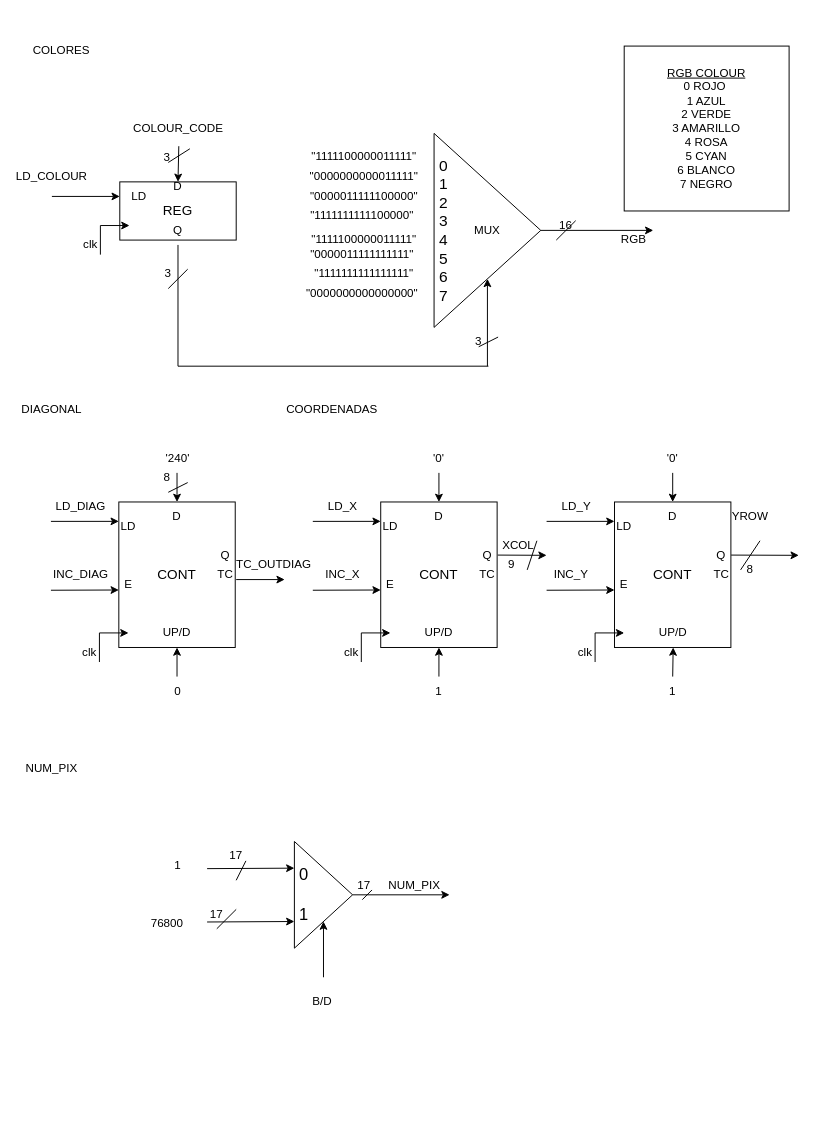
This is Proyecto/Diseños/Lcd_draw_up.drawio from marcosChoucino/SIstemasDigitales, a draw.io file, before an edit. Source tidied: cells renumbered, new cells numbered last; positions are measured from the earlier drawing's top-left corner, leaving out a move shared by most shapes. Both pictures are drawn from the tidied source at 97%, with x=0, y=0 at pixel (22, 36).
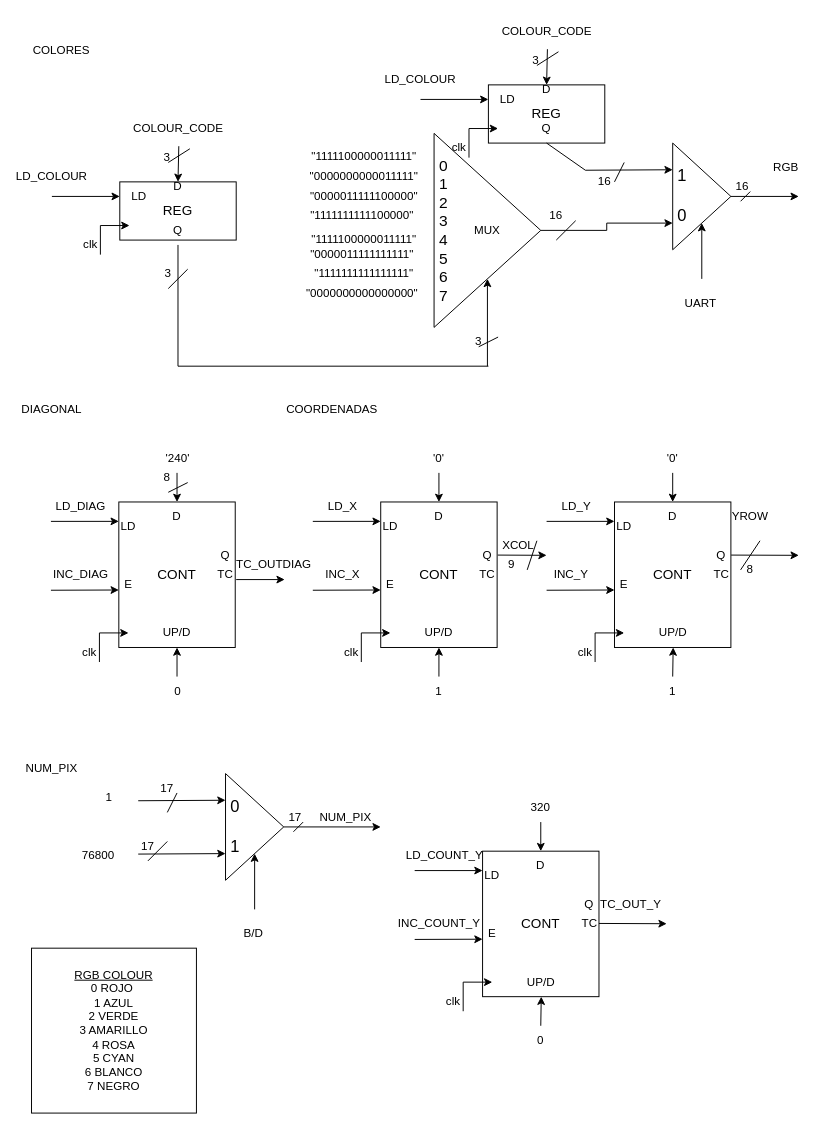
The same diagram, later.

Unchanged cells that the change refers to:
```xml
<mxCell id="3" style="triangle;whiteSpace=wrap;html=1;" parent="1" vertex="1">
  <mxGeometry x="424" y="100" width="110" height="200" as="geometry" />
</mxCell>
```

Change to the diagram source:
```diff
@@
+    <mxCell id="128" style="edgeStyle=orthogonalEdgeStyle;rounded=0;jettySize=auto;html=1;exitX=1;exitY=0.5;exitDx=0;exitDy=0;entryX=0;entryY=0.75;entryDx=0;entryDy=0;" parent="1" edge="1" source="3" target="143">
+      <mxGeometry relative="1" as="geometry" />
+    </mxCell>
@@
-    <mxCell id="21" style="endArrow=classic;html=1;rounded=0;exitX=1;exitY=0.5;exitDx=0;exitDy=0;" parent="1" edge="1" source="3">
-      <mxGeometry relative="1" as="geometry">
-        <mxPoint x="650" y="200" as="targetPoint" />
-      </mxGeometry>
-    </mxCell>
     <mxCell id="22" value="RGB" style="text;html=1;strokeColor=none;fillColor=none;align=center;verticalAlign=middle;whiteSpace=wrap;rounded=0;" parent="1" vertex="1">
-      <mxGeometry x="600" y="195" width="60" height="30" as="geometry" />
+      <mxGeometry x="757" y="120" width="60" height="30" as="geometry" />
     </mxCell>
     <mxCell id="23" value="&lt;u&gt;RGB COLOUR&lt;/u&gt;&lt;br&gt;0 ROJO&amp;nbsp;&lt;br&gt;1 AZUL&lt;br&gt;2 VERDE&lt;br&gt;3 AMARILLO&lt;br&gt;4 ROSA&lt;br&gt;5 CYAN&lt;br&gt;6 BLANCO&lt;br&gt;7 NEGRO&lt;br&gt;" style="rounded=0;whiteSpace=wrap;html=1;fillColor=none;" parent="1" vertex="1">
-      <mxGeometry x="620" y="10" width="170" height="170" as="geometry" />
+      <mxGeometry x="9" y="940" width="170" height="170" as="geometry" />
     </mxCell>
@@
     <mxCell id="98" style="triangle;whiteSpace=wrap;html=1;" parent="1" vertex="1">
-      <mxGeometry x="280" y="830" width="60" height="110" as="geometry" />
+      <mxGeometry x="209" y="760" width="60" height="110" as="geometry" />
     </mxCell>
     <mxCell id="99" value="&lt;font style=&quot;font-size: 17px;&quot;&gt;0&lt;br&gt;&lt;br&gt;1&lt;/font&gt;" style="text;html=1;strokeColor=none;fillColor=none;align=center;verticalAlign=middle;whiteSpace=wrap;rounded=0;" parent="1" vertex="1">
-      <mxGeometry x="260" y="870" width="60" height="30" as="geometry" />
+      <mxGeometry x="189" y="800" width="60" height="30" as="geometry" />
     </mxCell>
     <mxCell id="100" style="endArrow=classic;html=1;rounded=0;entryX=0;entryY=0.25;entryDx=0;entryDy=0;" parent="1" edge="1" target="98">
       <mxGeometry relative="1" as="geometry">
-        <mxPoint x="190" y="858" as="sourcePoint" />
+        <mxPoint x="119" y="788" as="sourcePoint" />
       </mxGeometry>
     </mxCell>
     <mxCell id="101" style="endArrow=classic;html=1;rounded=0;entryX=0;entryY=0.75;entryDx=0;entryDy=0;" parent="1" edge="1" target="98">
       <mxGeometry relative="1" as="geometry">
-        <mxPoint x="190" y="913" as="sourcePoint" />
+        <mxPoint x="119" y="843" as="sourcePoint" />
       </mxGeometry>
     </mxCell>
     <mxCell id="102" style="endArrow=classic;html=1;rounded=0;exitX=1;exitY=0.5;exitDx=0;exitDy=0;" parent="1" edge="1" source="98">
       <mxGeometry relative="1" as="geometry">
-        <mxPoint x="440" y="885" as="targetPoint" />
+        <mxPoint x="369" y="815" as="targetPoint" />
       </mxGeometry>
     </mxCell>
     <mxCell id="103" value="NUM_PIX" style="text;html=1;strokeColor=none;fillColor=none;align=center;verticalAlign=middle;whiteSpace=wrap;rounded=0;" parent="1" vertex="1">
-      <mxGeometry x="374" y="860" width="60" height="30" as="geometry" />
+      <mxGeometry x="303" y="790" width="60" height="30" as="geometry" />
     </mxCell>
     <mxCell id="104" value="1" style="text;html=1;strokeColor=none;fillColor=none;align=center;verticalAlign=middle;whiteSpace=wrap;rounded=0;" parent="1" vertex="1">
-      <mxGeometry x="130" y="840" width="60" height="30" as="geometry" />
+      <mxGeometry x="59" y="770" width="60" height="30" as="geometry" />
     </mxCell>
     <mxCell id="105" value="76800" style="text;html=1;strokeColor=none;fillColor=none;align=center;verticalAlign=middle;whiteSpace=wrap;rounded=0;" parent="1" vertex="1">
-      <mxGeometry x="119" y="900" width="60" height="30" as="geometry" />
+      <mxGeometry x="48" y="830" width="60" height="30" as="geometry" />
     </mxCell>
     <mxCell id="106" style="endArrow=classic;html=1;rounded=0;entryX=0.5;entryY=1;entryDx=0;entryDy=0;" parent="1" edge="1" target="98">
       <mxGeometry relative="1" as="geometry">
-        <mxPoint x="310" y="970" as="sourcePoint" />
+        <mxPoint x="239" y="900" as="sourcePoint" />
       </mxGeometry>
     </mxCell>
     <mxCell id="107" value="B/D" style="text;html=1;strokeColor=none;fillColor=none;align=center;verticalAlign=middle;whiteSpace=wrap;rounded=0;" parent="1" vertex="1">
-      <mxGeometry x="279" y="980" width="60" height="30" as="geometry" />
+      <mxGeometry x="208" y="910" width="60" height="30" as="geometry" />
     </mxCell>
@@
     <mxCell id="115" value="16" style="text;html=1;strokeColor=none;fillColor=none;align=center;verticalAlign=middle;whiteSpace=wrap;rounded=0;" parent="1" vertex="1">
-      <mxGeometry x="530" y="180" width="60" height="30" as="geometry" />
+      <mxGeometry x="520" y="170" width="60" height="30" as="geometry" />
     </mxCell>
@@
     <mxCell id="120" style="endArrow=none;html=1;rounded=0;" parent="1" edge="1">
       <mxGeometry relative="1" as="geometry">
-        <mxPoint x="360" y="880" as="sourcePoint" />
-        <mxPoint x="350" y="890" as="targetPoint" />
+        <mxPoint x="289" y="810" as="sourcePoint" />
+        <mxPoint x="279" y="820" as="targetPoint" />
       </mxGeometry>
     </mxCell>
     <mxCell id="121" value="17" style="text;html=1;strokeColor=none;fillColor=none;align=center;verticalAlign=middle;whiteSpace=wrap;rounded=0;" parent="1" vertex="1">
-      <mxGeometry x="322" y="860" width="60" height="30" as="geometry" />
+      <mxGeometry x="251" y="790" width="60" height="30" as="geometry" />
     </mxCell>
     <mxCell id="122" style="endArrow=none;html=1;rounded=0;" parent="1" edge="1">
       <mxGeometry relative="1" as="geometry">
-        <mxPoint x="220" y="870" as="sourcePoint" />
-        <mxPoint x="230" y="850" as="targetPoint" />
+        <mxPoint x="149" y="800" as="sourcePoint" />
+        <mxPoint x="159" y="780" as="targetPoint" />
       </mxGeometry>
     </mxCell>
     <mxCell id="123" style="endArrow=none;html=1;rounded=0;" parent="1" edge="1">
       <mxGeometry relative="1" as="geometry">
-        <mxPoint x="200" y="920" as="sourcePoint" />
-        <mxPoint x="220" y="900" as="targetPoint" />
+        <mxPoint x="129" y="850" as="sourcePoint" />
+        <mxPoint x="149" y="830" as="targetPoint" />
       </mxGeometry>
     </mxCell>
     <mxCell id="124" value="17" style="text;html=1;strokeColor=none;fillColor=none;align=center;verticalAlign=middle;whiteSpace=wrap;rounded=0;" parent="1" vertex="1">
-      <mxGeometry x="190" y="830" width="60" height="30" as="geometry" />
+      <mxGeometry x="119" y="760" width="60" height="30" as="geometry" />
     </mxCell>
     <mxCell id="125" value="17" style="text;html=1;strokeColor=none;fillColor=none;align=center;verticalAlign=middle;whiteSpace=wrap;rounded=0;" parent="1" vertex="1">
-      <mxGeometry x="170" y="890" width="60" height="30" as="geometry" />
+      <mxGeometry x="99" y="820" width="60" height="30" as="geometry" />
     </mxCell>
@@
+    <mxCell id="129" style="rounded=0;whiteSpace=wrap;html=1;" parent="1" vertex="1">
+      <mxGeometry x="480" y="50" width="120" height="60" as="geometry" />
+    </mxCell>
+    <mxCell id="130" value="COLOUR_CODE" style="text;html=1;align=center;verticalAlign=middle;points=[];strokeColor=none;fillColor=none;" parent="1" vertex="1">
+      <mxGeometry x="480" y="-20" width="120" height="30" as="geometry" />
+    </mxCell>
+    <mxCell id="131" value="LD_COLOUR" style="text;html=1;strokeColor=none;fillColor=none;align=center;verticalAlign=middle;whiteSpace=wrap;rounded=0;" parent="1" vertex="1">
+      <mxGeometry x="380" y="30" width="60" height="30" as="geometry" />
+    </mxCell>
+    <mxCell id="132" style="endArrow=classic;html=1;rounded=0;entryX=0;entryY=0.25;entryDx=0;entryDy=0;" parent="1" edge="1" target="129">
+      <mxGeometry relative="1" as="geometry">
+        <mxPoint x="410" y="65" as="sourcePoint" />
+      </mxGeometry>
+    </mxCell>
+    <mxCell id="133" value="LD" style="text;html=1;strokeColor=none;fillColor=none;align=center;verticalAlign=middle;whiteSpace=wrap;rounded=0;" parent="1" vertex="1">
+      <mxGeometry x="470" y="50" width="60" height="30" as="geometry" />
+    </mxCell>
+    <mxCell id="134" value="&lt;font style=&quot;font-size: 14px;&quot;&gt;REG&lt;/font&gt;" style="text;html=1;strokeColor=none;fillColor=none;align=center;verticalAlign=middle;whiteSpace=wrap;rounded=0;" parent="1" vertex="1">
+      <mxGeometry x="510" y="65" width="60" height="30" as="geometry" />
+    </mxCell>
+    <mxCell id="135" style="endArrow=classic;html=1;rounded=0;" parent="1" edge="1">
+      <mxGeometry relative="1" as="geometry">
+        <mxPoint x="460" y="95" as="sourcePoint" />
+        <mxPoint x="490" y="95" as="targetPoint" />
+      </mxGeometry>
+    </mxCell>
+    <mxCell id="136" style="endArrow=none;html=1;rounded=0;" parent="1" edge="1">
+      <mxGeometry relative="1" as="geometry">
+        <mxPoint x="460" y="95" as="sourcePoint" />
+        <mxPoint x="460" y="125" as="targetPoint" />
+      </mxGeometry>
+    </mxCell>
+    <mxCell id="137" value="clk" style="text;html=1;strokeColor=none;fillColor=none;align=center;verticalAlign=middle;whiteSpace=wrap;rounded=0;" parent="1" vertex="1">
+      <mxGeometry x="420" y="100" width="60" height="30" as="geometry" />
+    </mxCell>
+    <mxCell id="138" style="endArrow=classic;html=1;rounded=0;entryX=0.5;entryY=0;entryDx=0;entryDy=0;exitX=0.507;exitY=1.107;exitDx=0;exitDy=0;exitPerimeter=0;" parent="1" edge="1" source="130" target="129">
+      <mxGeometry relative="1" as="geometry" />
+    </mxCell>
+    <mxCell id="139" value="D" style="text;html=1;strokeColor=none;fillColor=none;align=center;verticalAlign=middle;whiteSpace=wrap;rounded=0;" parent="1" vertex="1">
+      <mxGeometry x="510" y="40" width="60" height="30" as="geometry" />
+    </mxCell>
+    <mxCell id="140" value="Q" style="text;html=1;strokeColor=none;fillColor=none;align=center;verticalAlign=middle;whiteSpace=wrap;rounded=0;" parent="1" vertex="1">
+      <mxGeometry x="510" y="80" width="60" height="30" as="geometry" />
+    </mxCell>
+    <mxCell id="141" style="endArrow=none;html=1;rounded=0;entryX=0.602;entryY=1.196;entryDx=0;entryDy=0;entryPerimeter=0;" parent="1" edge="1" target="130">
+      <mxGeometry relative="1" as="geometry">
+        <mxPoint x="530" y="30" as="sourcePoint" />
+      </mxGeometry>
+    </mxCell>
+    <mxCell id="142" value="3" style="text;html=1;strokeColor=none;fillColor=none;align=center;verticalAlign=middle;whiteSpace=wrap;rounded=0;" parent="1" vertex="1">
+      <mxGeometry x="499" y="10" width="60" height="30" as="geometry" />
+    </mxCell>
+    <mxCell id="143" style="triangle;whiteSpace=wrap;html=1;" parent="1" vertex="1">
+      <mxGeometry x="670" y="110" width="60" height="110" as="geometry" />
+    </mxCell>
+    <mxCell id="144" value="&lt;font style=&quot;font-size: 17px;&quot;&gt;1&lt;br&gt;&lt;br&gt;0&lt;br&gt;&lt;/font&gt;" style="text;html=1;strokeColor=none;fillColor=none;align=center;verticalAlign=middle;whiteSpace=wrap;rounded=0;" parent="1" vertex="1">
+      <mxGeometry x="650" y="150" width="60" height="30" as="geometry" />
+    </mxCell>
+    <mxCell id="145" style="endArrow=classic;html=1;rounded=0;entryX=0;entryY=0.25;entryDx=0;entryDy=0;exitX=0.5;exitY=1;exitDx=0;exitDy=0;" parent="1" edge="1" source="140" target="143">
+      <mxGeometry relative="1" as="geometry">
+        <Array as="points">
+          <mxPoint x="580" y="138" />
+        </Array>
+      </mxGeometry>
+    </mxCell>
+    <mxCell id="146" style="endArrow=classic;html=1;rounded=0;exitX=1;exitY=0.5;exitDx=0;exitDy=0;" parent="1" edge="1" source="143">
+      <mxGeometry relative="1" as="geometry">
+        <mxPoint x="800" y="165" as="targetPoint" />
+      </mxGeometry>
+    </mxCell>
+    <mxCell id="147" style="endArrow=classic;html=1;rounded=0;entryX=0.5;entryY=1;entryDx=0;entryDy=0;" parent="1" edge="1" target="143">
+      <mxGeometry relative="1" as="geometry">
+        <mxPoint x="700" y="250" as="sourcePoint" />
+      </mxGeometry>
+    </mxCell>
+    <mxCell id="148" value="UART" style="text;html=1;strokeColor=none;fillColor=none;align=center;verticalAlign=middle;whiteSpace=wrap;rounded=0;" parent="1" vertex="1">
+      <mxGeometry x="669" y="260" width="60" height="30" as="geometry" />
+    </mxCell>
+    <mxCell id="149" style="endArrow=none;html=1;rounded=0;" parent="1" edge="1">
+      <mxGeometry relative="1" as="geometry">
+        <mxPoint x="750" y="160" as="sourcePoint" />
+        <mxPoint x="740" y="170" as="targetPoint" />
+      </mxGeometry>
+    </mxCell>
+    <mxCell id="150" value="16" style="text;html=1;strokeColor=none;fillColor=none;align=center;verticalAlign=middle;whiteSpace=wrap;rounded=0;" parent="1" vertex="1">
+      <mxGeometry x="712" y="140" width="60" height="30" as="geometry" />
+    </mxCell>
+    <mxCell id="151" style="endArrow=none;html=1;rounded=0;" parent="1" edge="1">
+      <mxGeometry relative="1" as="geometry">
+        <mxPoint x="610" y="150" as="sourcePoint" />
+        <mxPoint x="620" y="130" as="targetPoint" />
+      </mxGeometry>
+    </mxCell>
+    <mxCell id="152" value="16" style="text;html=1;strokeColor=none;fillColor=none;align=center;verticalAlign=middle;whiteSpace=wrap;rounded=0;" parent="1" vertex="1">
+      <mxGeometry x="570" y="135" width="60" height="30" as="geometry" />
+    </mxCell>
+    <mxCell id="153" style="rounded=0;whiteSpace=wrap;html=1;" parent="1" vertex="1">
+      <mxGeometry x="474" y="840" width="120" height="150" as="geometry" />
+    </mxCell>
+    <mxCell id="154" style="endArrow=classic;html=1;rounded=0;" parent="1" edge="1">
+      <mxGeometry relative="1" as="geometry">
+        <mxPoint x="454" y="975" as="sourcePoint" />
+        <mxPoint x="484" y="975" as="targetPoint" />
+      </mxGeometry>
+    </mxCell>
+    <mxCell id="155" style="endArrow=none;html=1;rounded=0;" parent="1" edge="1">
+      <mxGeometry relative="1" as="geometry">
+        <mxPoint x="454" y="975" as="sourcePoint" />
+        <mxPoint x="454" y="1005" as="targetPoint" />
+        <Array as="points">
+          <mxPoint x="454" y="1005" />
+        </Array>
+      </mxGeometry>
+    </mxCell>
+    <mxCell id="156" value="clk" style="text;html=1;strokeColor=none;fillColor=none;align=center;verticalAlign=middle;whiteSpace=wrap;rounded=0;" parent="1" vertex="1">
+      <mxGeometry x="414" y="980" width="60" height="30" as="geometry" />
+    </mxCell>
+    <mxCell id="157" value="&lt;font style=&quot;font-size: 14px;&quot;&gt;CONT&lt;/font&gt;" style="text;html=1;strokeColor=none;fillColor=none;align=center;verticalAlign=middle;whiteSpace=wrap;rounded=0;" parent="1" vertex="1">
+      <mxGeometry x="504" y="900" width="60" height="30" as="geometry" />
+    </mxCell>
+    <mxCell id="158" value="D" style="text;html=1;strokeColor=none;fillColor=none;align=center;verticalAlign=middle;whiteSpace=wrap;rounded=0;" parent="1" vertex="1">
+      <mxGeometry x="504" y="840" width="60" height="30" as="geometry" />
+    </mxCell>
+    <mxCell id="159" value="LD" style="text;html=1;strokeColor=none;fillColor=none;align=center;verticalAlign=middle;whiteSpace=wrap;rounded=0;" parent="1" vertex="1">
+      <mxGeometry x="454" y="850" width="60" height="30" as="geometry" />
+    </mxCell>
+    <mxCell id="160" value="E" style="text;html=1;strokeColor=none;fillColor=none;align=center;verticalAlign=middle;whiteSpace=wrap;rounded=0;" parent="1" vertex="1">
+      <mxGeometry x="454" y="910" width="60" height="30" as="geometry" />
+    </mxCell>
+    <mxCell id="161" value="UP/D" style="text;html=1;strokeColor=none;fillColor=none;align=center;verticalAlign=middle;whiteSpace=wrap;rounded=0;" parent="1" vertex="1">
+      <mxGeometry x="504" y="960" width="61" height="30" as="geometry" />
+    </mxCell>
+    <mxCell id="162" value="Q" style="text;html=1;strokeColor=none;fillColor=none;align=center;verticalAlign=middle;whiteSpace=wrap;rounded=0;" parent="1" vertex="1">
+      <mxGeometry x="554" y="880" width="60" height="30" as="geometry" />
+    </mxCell>
+    <mxCell id="163" value="TC" style="text;html=1;strokeColor=none;fillColor=none;align=center;verticalAlign=middle;whiteSpace=wrap;rounded=0;" parent="1" vertex="1">
+      <mxGeometry x="555" y="900" width="59" height="30" as="geometry" />
+    </mxCell>
+    <mxCell id="164" style="endArrow=classic;html=1;rounded=0;entryX=0.5;entryY=0;entryDx=0;entryDy=0;" parent="1" edge="1" target="158">
+      <mxGeometry relative="1" as="geometry">
+        <mxPoint x="534" y="810" as="sourcePoint" />
+      </mxGeometry>
+    </mxCell>
+    <mxCell id="165" style="endArrow=classic;html=1;rounded=0;entryX=0.333;entryY=0.333;entryDx=0;entryDy=0;entryPerimeter=0;" parent="1" edge="1" target="159">
+      <mxGeometry relative="1" as="geometry">
+        <mxPoint x="404" y="860" as="sourcePoint" />
+      </mxGeometry>
+    </mxCell>
+    <mxCell id="166" style="endArrow=classic;html=1;rounded=0;entryX=0;entryY=0.605;entryDx=0;entryDy=0;entryPerimeter=0;" parent="1" edge="1" target="153">
+      <mxGeometry relative="1" as="geometry">
+        <mxPoint x="404" y="931" as="sourcePoint" />
+      </mxGeometry>
+    </mxCell>
+    <mxCell id="167" style="endArrow=classic;html=1;rounded=0;entryX=0.5;entryY=1;entryDx=0;entryDy=0;" parent="1" edge="1" target="161">
+      <mxGeometry relative="1" as="geometry">
+        <mxPoint x="534" y="1020" as="sourcePoint" />
+      </mxGeometry>
+    </mxCell>
+    <mxCell id="168" value="320" style="text;html=1;strokeColor=none;fillColor=none;align=center;verticalAlign=middle;whiteSpace=wrap;rounded=0;" parent="1" vertex="1">
+      <mxGeometry x="504" y="780" width="60" height="30" as="geometry" />
+    </mxCell>
+    <mxCell id="169" value="0" style="text;html=1;strokeColor=none;fillColor=none;align=center;verticalAlign=middle;whiteSpace=wrap;rounded=0;" parent="1" vertex="1">
+      <mxGeometry x="504" y="1020" width="60" height="30" as="geometry" />
+    </mxCell>
+    <mxCell id="170" style="endArrow=classic;html=1;rounded=0;exitX=1.002;exitY=0.365;exitDx=0;exitDy=0;exitPerimeter=0;" parent="1" edge="1">
+      <mxGeometry relative="1" as="geometry">
+        <mxPoint x="594" y="914.5" as="sourcePoint" />
+        <mxPoint x="663.8" y="914.8" as="targetPoint" />
+      </mxGeometry>
+    </mxCell>
+    <mxCell id="171" value="TC_OUT_Y" style="text;html=1;strokeColor=none;fillColor=none;align=center;verticalAlign=middle;whiteSpace=wrap;rounded=0;" parent="1" vertex="1">
+      <mxGeometry x="597" y="880" width="60" height="30" as="geometry" />
+    </mxCell>
+    <mxCell id="172" value="LD_COUNT_Y" style="text;html=1;strokeColor=none;fillColor=none;align=center;verticalAlign=middle;whiteSpace=wrap;rounded=0;" parent="1" vertex="1">
+      <mxGeometry x="405" y="830" width="60" height="30" as="geometry" />
+    </mxCell>
+    <mxCell id="173" value="INC_COUNT_Y" style="text;html=1;strokeColor=none;fillColor=none;align=center;verticalAlign=middle;whiteSpace=wrap;rounded=0;" parent="1" vertex="1">
+      <mxGeometry x="405" y="900" width="49" height="30" as="geometry" />
+    </mxCell>
```
